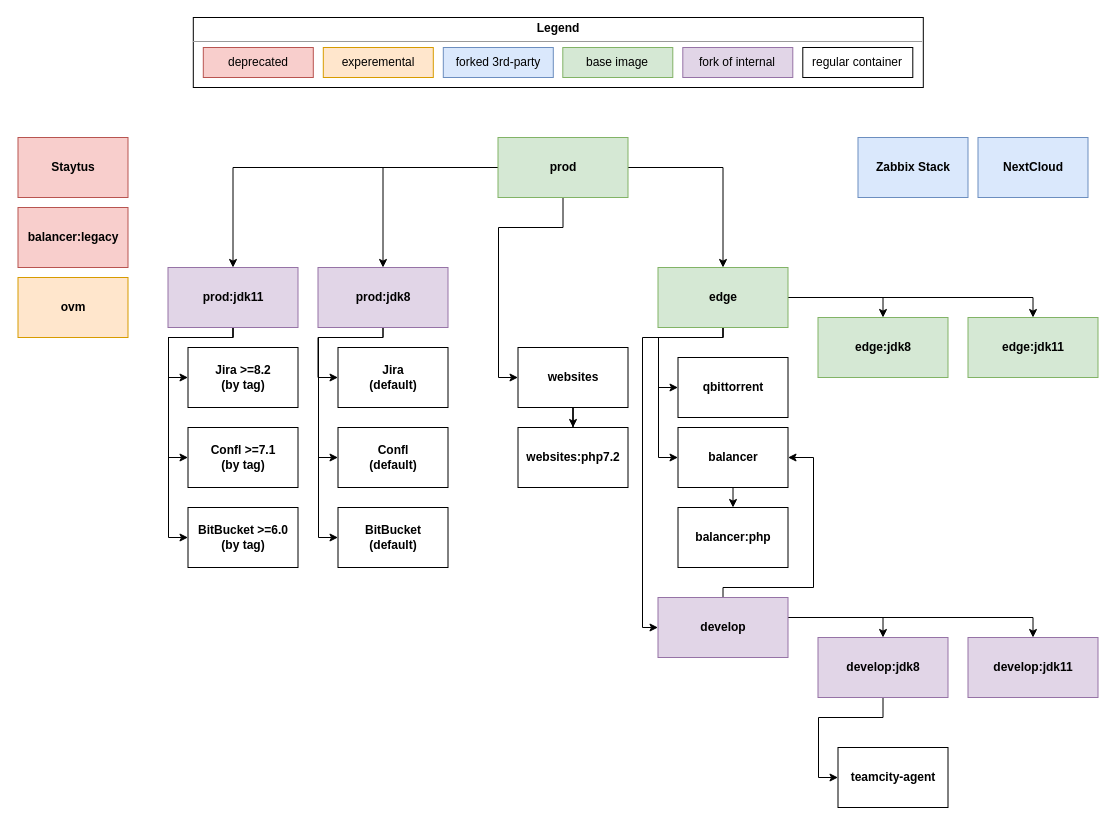
Above: .github/docker-scripts.drawio in EpicMorg/docker (draw.io), before the change. Source tidied: cells renumbered, new cells numbered last; positions are measured from the earlier drawing's top-left corner, leaving out a move shared by most shapes. Both pictures are drawn from the tidied source at 100%, with x=0, y=0 at pixel (18, 17).
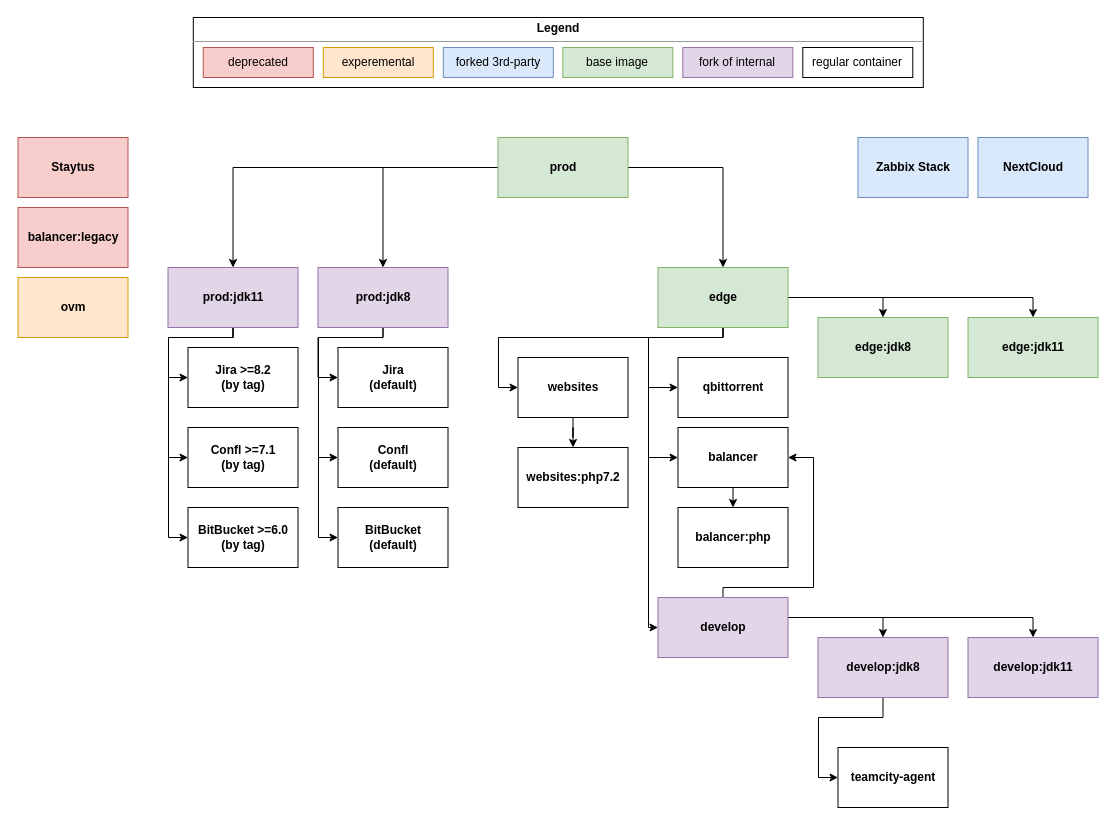
The same diagram, later.

The change refers to these unchanged cells:
```xml
<mxCell id="5" value="&lt;span style=&quot;font-weight: 700 ; white-space: nowrap&quot;&gt;develop&lt;/span&gt;" style="whiteSpace=wrap;html=1;align=center;verticalAlign=middle;fillColor=#e1d5e7;strokeColor=#9673a6;" parent="1" vertex="1">
  <mxGeometry x="639.5" y="580" width="130" height="60" as="geometry" />
</mxCell>
<mxCell id="10" value="&lt;span style=&quot;font-weight: 700 ; white-space: nowrap&quot;&gt;prod&lt;/span&gt;" style="whiteSpace=wrap;html=1;align=center;fillColor=#d5e8d4;strokeColor=#82b366;" parent="1" vertex="1">
  <mxGeometry x="479.5" y="120" width="130" height="60" as="geometry" />
</mxCell>
<mxCell id="20" value="&lt;span style=&quot;font-weight: 700 ; white-space: nowrap&quot;&gt;balancer&lt;/span&gt;" style="whiteSpace=wrap;html=1;align=center;verticalAlign=middle;" parent="1" vertex="1">
  <mxGeometry x="659.5" y="410" width="110" height="60" as="geometry" />
</mxCell>
<mxCell id="27" value="&lt;span style=&quot;white-space: nowrap&quot;&gt;&lt;b&gt;qbittorrent&lt;/b&gt;&lt;/span&gt;" style="whiteSpace=wrap;html=1;align=center;verticalAlign=middle;" parent="1" vertex="1">
  <mxGeometry x="659.5" y="340" width="110" height="60" as="geometry" />
</mxCell>
<mxCell id="54" value="&lt;span style=&quot;font-weight: 700 ; white-space: nowrap&quot;&gt;edge&lt;/span&gt;" style="whiteSpace=wrap;html=1;align=center;verticalAlign=middle;fillColor=#d5e8d4;strokeColor=#82b366;" parent="1" vertex="1">
  <mxGeometry x="639.5" y="250" width="130" height="60" as="geometry" />
</mxCell>
```

The edit, as a diff of the source:
```diff
@@
-    <mxCell id="9" style="edgeStyle=orthogonalEdgeStyle;rounded=0;jettySize=auto;html=1;entryX=0;entryY=0.5;entryDx=0;entryDy=0;" parent="1" edge="1" source="10" target="26">
+    <mxCell id="9" style="edgeStyle=orthogonalEdgeStyle;rounded=0;jettySize=auto;html=1;entryX=0;entryY=0.5;entryDx=0;entryDy=0;" parent="1" edge="1" target="26">
       <mxGeometry relative="1" as="geometry">
+        <mxPoint x="700" y="320" as="sourcePoint" />
         <Array as="points">
-          <mxPoint x="545" y="210" />
-          <mxPoint x="480" y="210" />
-          <mxPoint x="480" y="360" />
+          <mxPoint x="480" y="320" />
+          <mxPoint x="480" y="370" />
         </Array>
       </mxGeometry>
     </mxCell>
@@
     <mxCell id="26" value="&lt;span style=&quot;font-weight: 700 ; white-space: nowrap&quot;&gt;websites&lt;/span&gt;" style="whiteSpace=wrap;html=1;align=center;verticalAlign=middle;" parent="1" vertex="1">
-      <mxGeometry x="499.5" y="330" width="110" height="60" as="geometry" />
+      <mxGeometry x="499.5" y="340" width="110" height="60" as="geometry" />
     </mxCell>
@@
     <mxCell id="48" value="&lt;span style=&quot;font-weight: 700 ; white-space: nowrap&quot;&gt;websites:php7.2&lt;/span&gt;" style="whiteSpace=wrap;html=1;align=center;verticalAlign=middle;" parent="1" vertex="1">
-      <mxGeometry x="499.5" y="410" width="110" height="60" as="geometry" />
+      <mxGeometry x="499.5" y="430" width="110" height="60" as="geometry" />
     </mxCell>
@@
     <mxCell id="51" style="edgeStyle=orthogonalEdgeStyle;rounded=0;jettySize=auto;html=1;entryX=0;entryY=0.5;entryDx=0;entryDy=0;" parent="1" edge="1" source="54" target="27">
       <mxGeometry relative="1" as="geometry">
         <Array as="points">
           <mxPoint x="704" y="320" />
-          <mxPoint x="640" y="320" />
-          <mxPoint x="640" y="370" />
+          <mxPoint x="630" y="320" />
+          <mxPoint x="630" y="370" />
         </Array>
       </mxGeometry>
     </mxCell>
     <mxCell id="52" style="edgeStyle=orthogonalEdgeStyle;rounded=0;jettySize=auto;html=1;entryX=0;entryY=0.5;entryDx=0;entryDy=0;" parent="1" edge="1" source="54" target="20">
       <mxGeometry relative="1" as="geometry">
         <Array as="points">
           <mxPoint x="704" y="320" />
-          <mxPoint x="640" y="320" />
-          <mxPoint x="640" y="440" />
+          <mxPoint x="630" y="320" />
+          <mxPoint x="630" y="440" />
         </Array>
       </mxGeometry>
     </mxCell>
     <mxCell id="53" style="edgeStyle=orthogonalEdgeStyle;rounded=0;jettySize=auto;html=1;entryX=0;entryY=0.5;entryDx=0;entryDy=0;" parent="1" edge="1" source="54" target="5">
       <mxGeometry relative="1" as="geometry">
         <Array as="points">
           <mxPoint x="704" y="320" />
-          <mxPoint x="624" y="320" />
-          <mxPoint x="624" y="610" />
+          <mxPoint x="630" y="320" />
+          <mxPoint x="630" y="610" />
         </Array>
       </mxGeometry>
     </mxCell>
```
